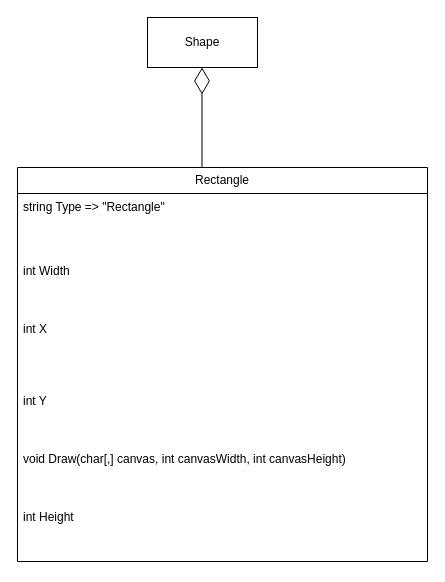
Before: shemas/Rectangle.drawio in panigirik/OOP, a draw.io diagram. Source tidied: cells renumbered, new cells numbered last; positions are measured from the earlier drawing's top-left corner, leaving out a move shared by most shapes. Both pictures are drawn from the tidied source at 100%, with x=0, y=0 at pixel (17, 17).
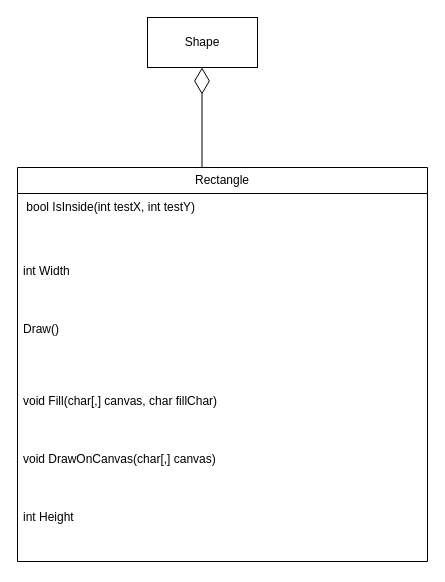
The same page after the edit.

Change to the diagram source:
```diff
@@
 <mxGraphModel>
   <root>
     <mxCell id="0" />
     <mxCell id="1" parent="0" />
     <mxCell id="2" value="Rectangle" style="swimlane;fontStyle=0;horizontal=1;startSize=26;fillColor=none;whiteSpace=wrap;html=1;" parent="1" vertex="1">
       <mxGeometry y="150" width="410" height="394" as="geometry" />
     </mxCell>
-    <mxCell id="3" value="string Type =&amp;gt; &quot;Rectangle&quot;" style="text;strokeColor=none;fillColor=none;align=left;verticalAlign=top;spacingLeft=4;spacingRight=4;overflow=hidden;whiteSpace=wrap;html=1;" parent="2" vertex="1">
+    <mxCell id="3" value="&amp;nbsp;bool IsInside(int testX, int testY)" style="text;strokeColor=none;fillColor=none;align=left;verticalAlign=top;spacingLeft=4;spacingRight=4;overflow=hidden;whiteSpace=wrap;html=1;" parent="2" vertex="1">
       <mxGeometry y="26" width="410" height="64" as="geometry" />
     </mxCell>
     <mxCell id="4" value="int Width" style="text;strokeColor=none;fillColor=none;align=left;verticalAlign=top;spacingLeft=4;spacingRight=4;overflow=hidden;whiteSpace=wrap;html=1;" parent="2" vertex="1">
       <mxGeometry y="90" width="410" height="58" as="geometry" />
     </mxCell>
-    <mxCell id="5" value="int X" style="text;strokeColor=none;fillColor=none;align=left;verticalAlign=top;spacingLeft=4;spacingRight=4;overflow=hidden;whiteSpace=wrap;html=1;" parent="2" vertex="1">
+    <mxCell id="5" value="Draw()" style="text;strokeColor=none;fillColor=none;align=left;verticalAlign=top;spacingLeft=4;spacingRight=4;overflow=hidden;whiteSpace=wrap;html=1;" parent="2" vertex="1">
       <mxGeometry y="148" width="410" height="72" as="geometry" />
     </mxCell>
-    <mxCell id="6" value="int Y" style="text;strokeColor=none;fillColor=none;align=left;verticalAlign=top;spacingLeft=4;spacingRight=4;overflow=hidden;whiteSpace=wrap;html=1;" parent="2" vertex="1">
+    <mxCell id="6" value="void Fill(char[,] canvas, char fillChar)" style="text;strokeColor=none;fillColor=none;align=left;verticalAlign=top;spacingLeft=4;spacingRight=4;overflow=hidden;whiteSpace=wrap;html=1;" parent="2" vertex="1">
       <mxGeometry y="220" width="410" height="58" as="geometry" />
     </mxCell>
-    <mxCell id="7" value="void Draw(char[,] canvas, int canvasWidth, int canvasHeight)" style="text;strokeColor=none;fillColor=none;align=left;verticalAlign=top;spacingLeft=4;spacingRight=4;overflow=hidden;whiteSpace=wrap;html=1;" parent="2" vertex="1">
+    <mxCell id="7" value="void DrawOnCanvas(char[,] canvas)" style="text;strokeColor=none;fillColor=none;align=left;verticalAlign=top;spacingLeft=4;spacingRight=4;overflow=hidden;whiteSpace=wrap;html=1;" parent="2" vertex="1">
       <mxGeometry y="278" width="410" height="58" as="geometry" />
     </mxCell>
     <mxCell id="8" value="int Height" style="text;strokeColor=none;fillColor=none;align=left;verticalAlign=top;spacingLeft=4;spacingRight=4;overflow=hidden;whiteSpace=wrap;html=1;" parent="2" vertex="1">
       <mxGeometry y="336" width="410" height="58" as="geometry" />
     </mxCell>
     <mxCell id="9" value="Shape" style="html=1;whiteSpace=wrap;" parent="1" vertex="1">
       <mxGeometry x="130" width="110" height="50" as="geometry" />
     </mxCell>
     <mxCell id="10" style="endArrow=diamondThin;endFill=0;endSize=24;html=1;rounded=0;" parent="1" edge="1">
       <mxGeometry relative="1" as="geometry">
         <mxPoint x="184.5" y="150" as="sourcePoint" />
         <mxPoint x="184.5" y="50" as="targetPoint" />
       </mxGeometry>
     </mxCell>
   </root>
 </mxGraphModel>
```
